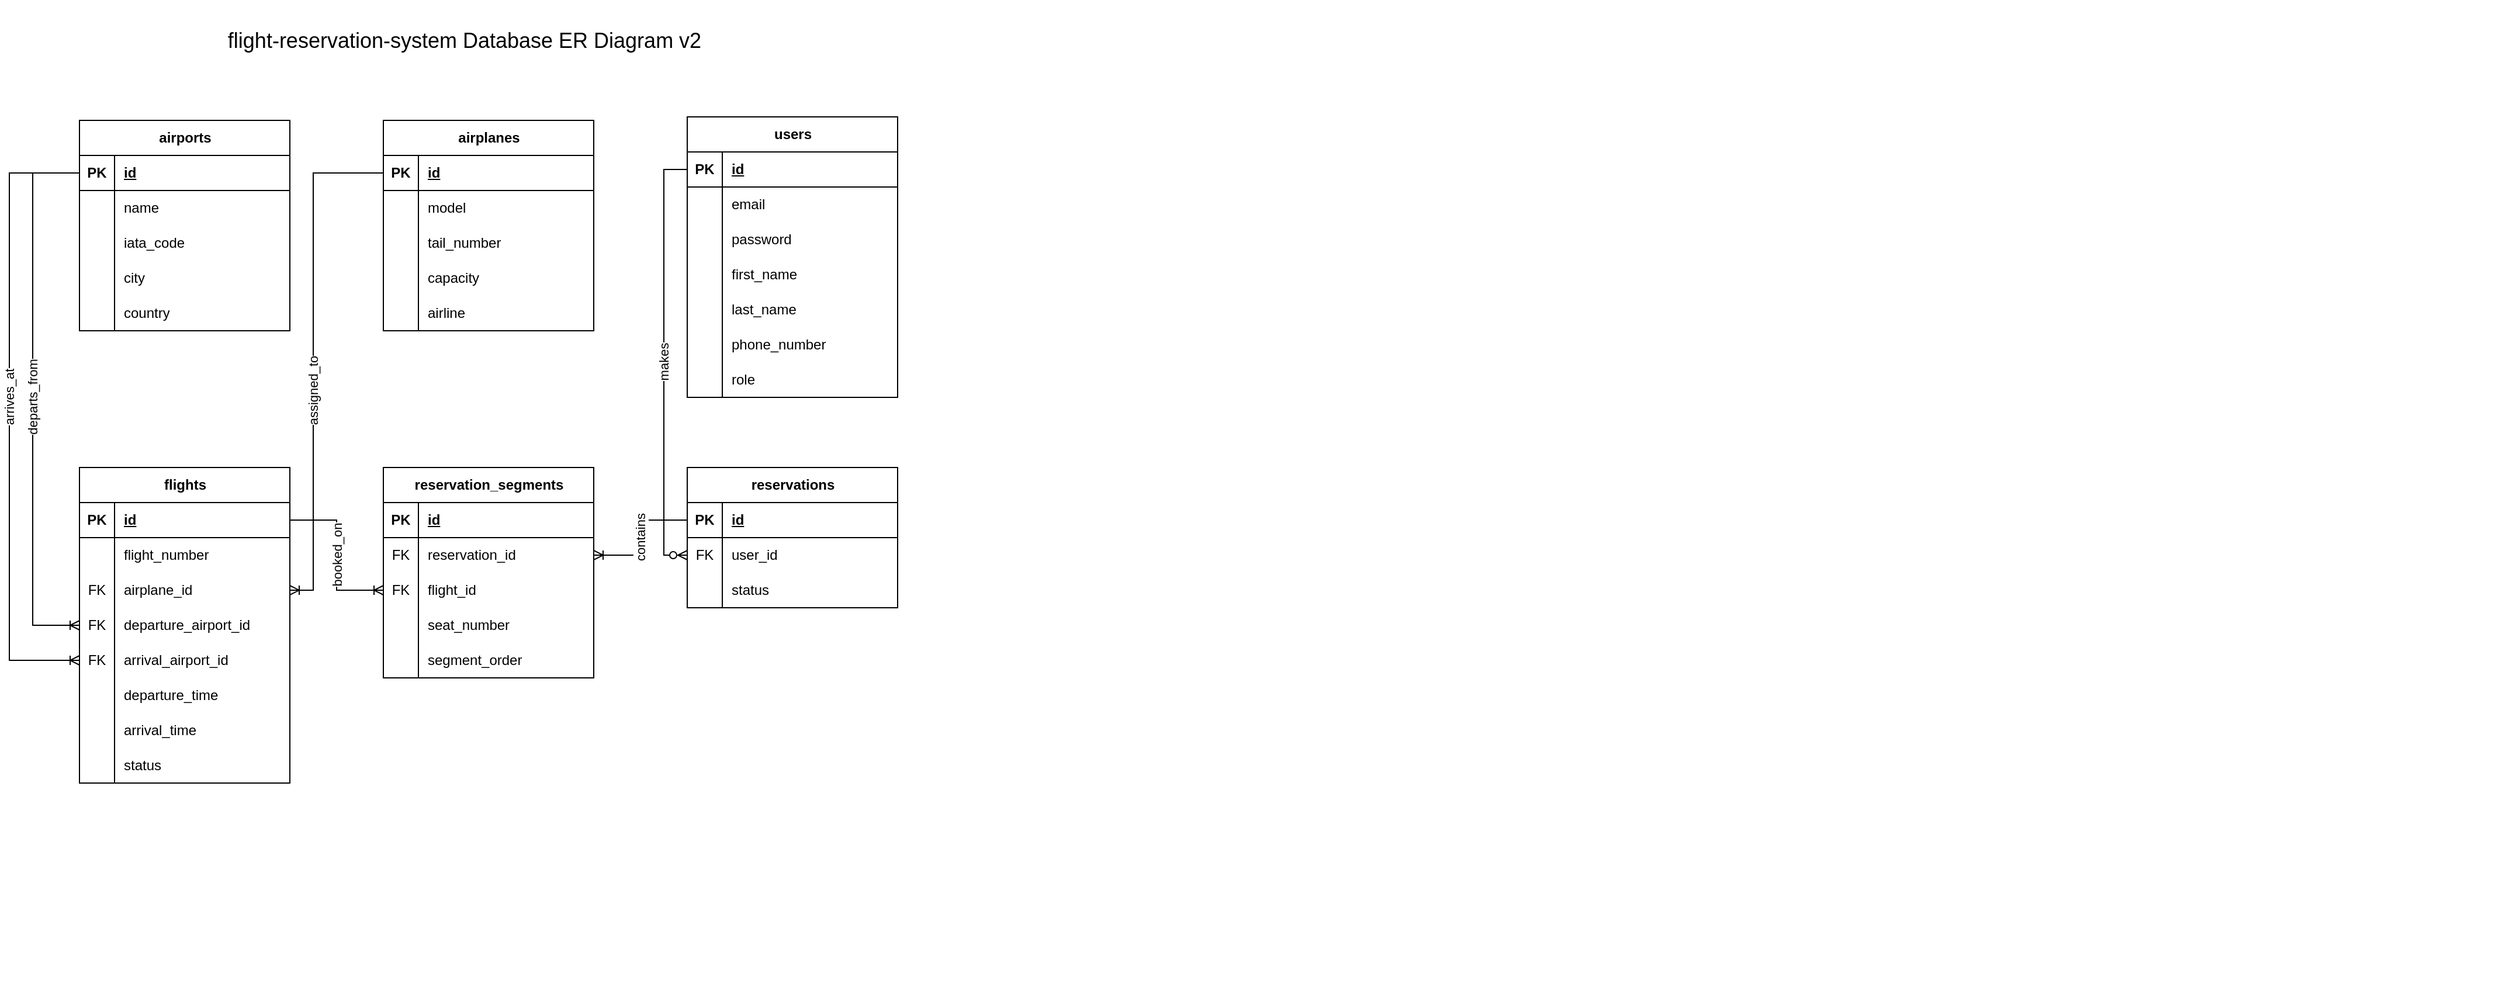
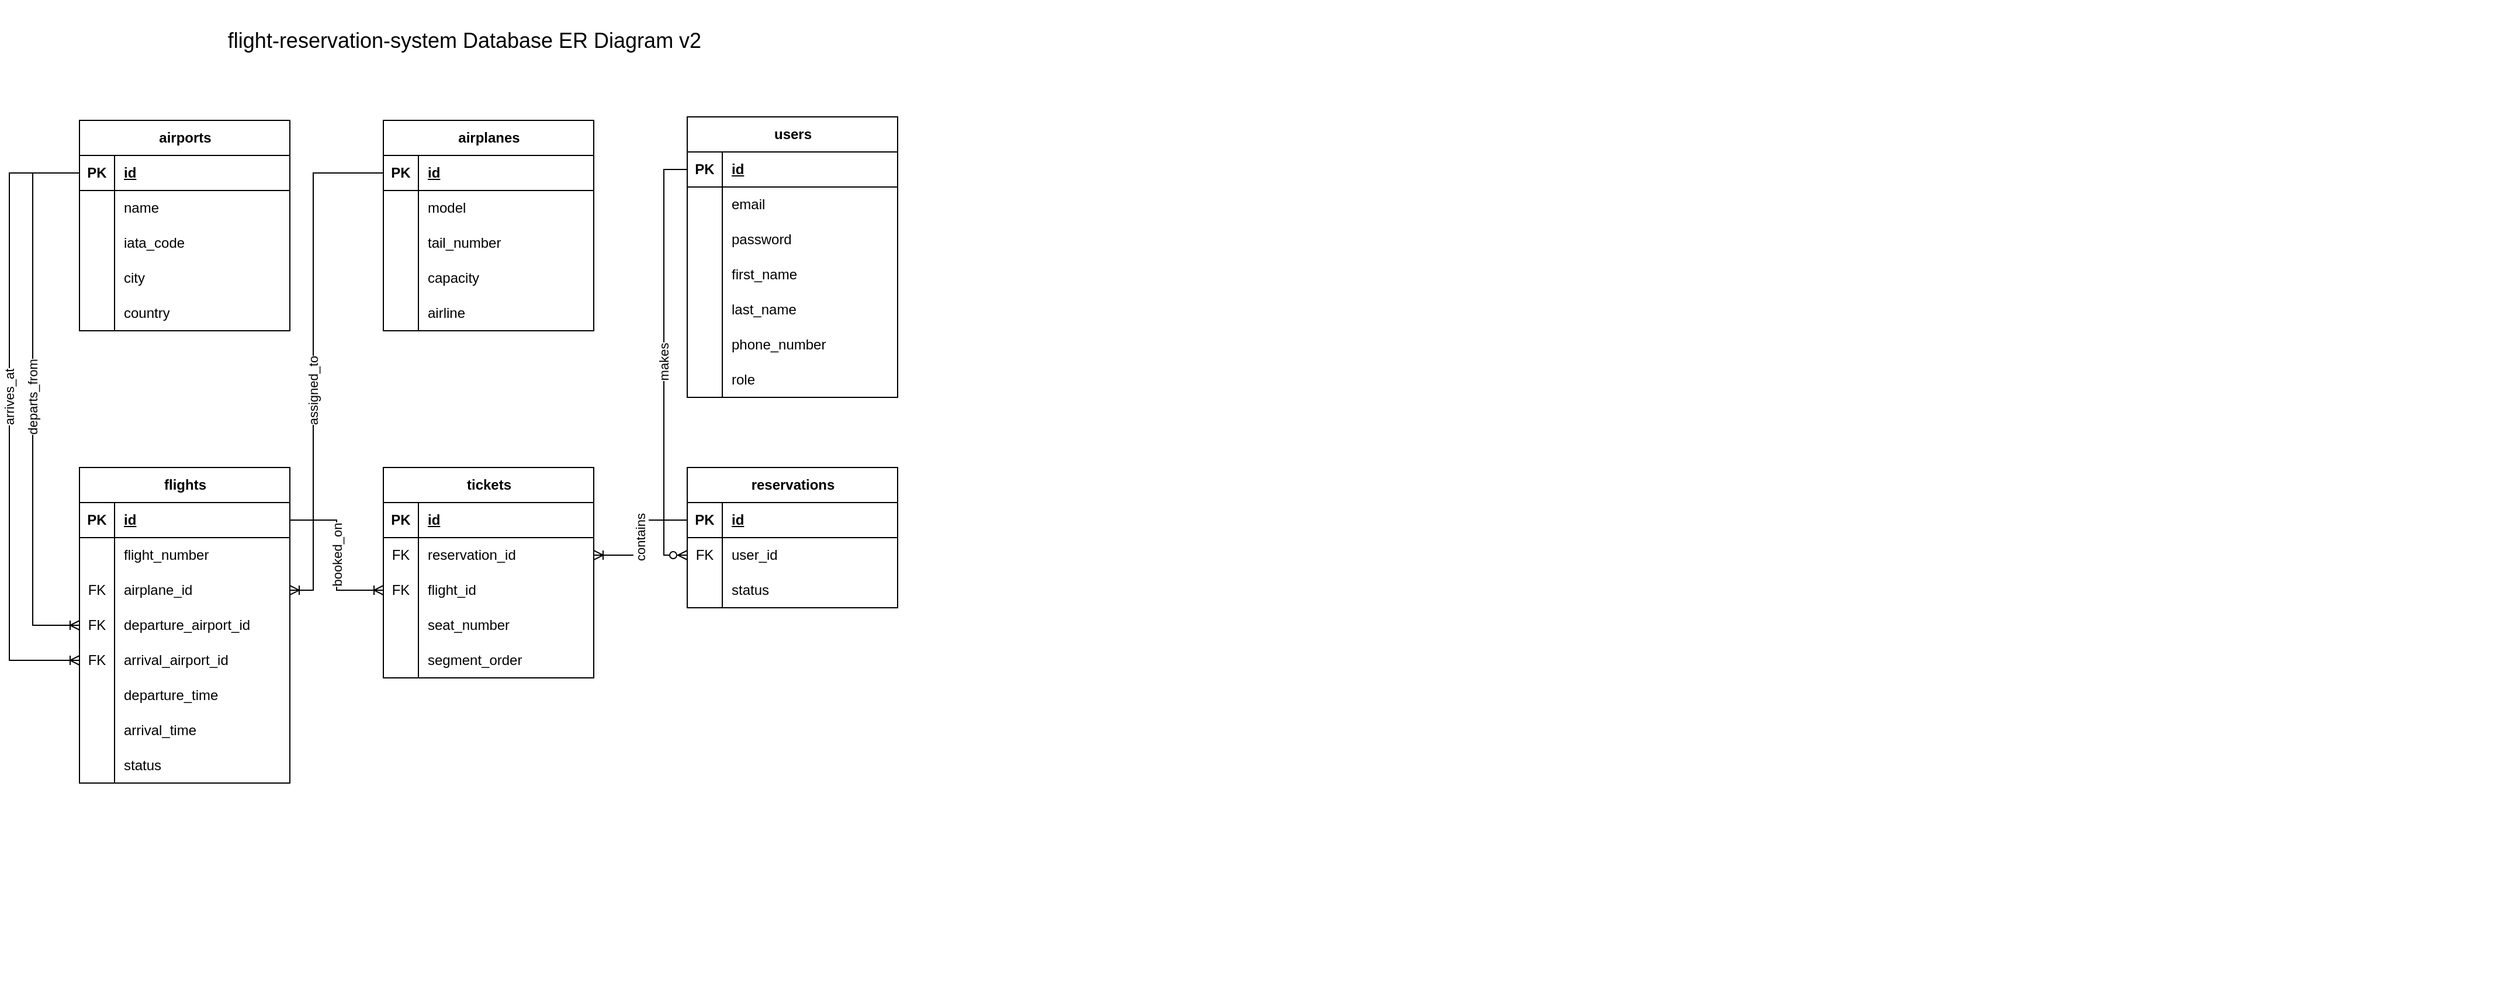
<mxfile host="Electron">
  <diagram name="Sayfa-1" id="UcyDFGtDWKFYoO40pMYU">
-     <mxGraphModel dx="2798" dy="704" grid="1" gridSize="10" guides="1" tooltips="1" connect="1" arrows="1" fold="1" page="1" pageScale="1" pageWidth="827" pageHeight="1169" math="0" shadow="0">
+     <mxGraphModel dx="2898" dy="704" grid="1" gridSize="10" guides="1" tooltips="1" connect="1" arrows="1" fold="1" page="1" pageScale="1" pageWidth="827" pageHeight="1169" math="0" shadow="0">
      <root>
        <mxCell id="0" />
        <mxCell id="1" parent="0" />
        <UserObject label="" mermaidData="{&#xa;  &quot;data&quot;: &quot;erDiagram\n    AIRPORTS {\n        bigserial id PK\n        varchar_255 name \&quot;NOT NULL\&quot;\n        varchar_3 iata_code \&quot;NOT NULL, UNIQUE\&quot;\n        varchar_100 city \&quot;NOT NULL\&quot;\n        varchar_100 country \&quot;NOT NULL\&quot;\n    }\n\n    AIRPLANES {\n        bigserial id PK\n        varchar_100 model \&quot;NOT NULL\&quot;\n        varchar_20 tail_number \&quot;NOT NULL, UNIQUE\&quot;\n        integer capacity \&quot;NOT NULL, CHECK (capacity &gt; 0)\&quot;\n        varchar_100 airline \&quot;NOT NULL\&quot;\n    }\n\n    USERS {\n        bigserial id PK\n        varchar_100 email \&quot;NOT NULL, UNIQUE\&quot;\n        varchar_255 password \&quot;NOT NULL\&quot;\n        varchar_50 role \&quot;NOT NULL (ADMIN, PASSENGER)\&quot;\n        varchar_100 first_name \&quot;NOT NULL\&quot;\n        varchar_100 last_name \&quot;NOT NULL\&quot;\n    }\n\n    RESERVATIONS {\n        bigserial id PK\n        bigint passenger_id FK \&quot;Users(id) - NOT NULL\&quot;\n        bigint airplane_id FK \&quot;Airplanes(id) - NOT NULL\&quot;\n        bigint departure_airport_id FK \&quot;Airports(id) - NOT NULL\&quot;\n        bigint arrival_airport_id FK \&quot;Airports(id) - NOT NULL\&quot;\n        timestamp flight_date \&quot;NOT NULL\&quot;\n        varchar_10 seat_number \&quot;NOT NULL\&quot;\n        varchar_20 status \&quot;NOT NULL (PENDING, CONFIRMED, CANCELED)\&quot;\n    }\n\n    USERS ||--o{ RESERVATIONS : \&quot;makes\&quot;\n    AIRPLANES ||--o{ RESERVATIONS : \&quot;assigned_to\&quot;\n    AIRPORTS ||--o{ RESERVATIONS : \&quot;departs_from\&quot;\n    AIRPORTS ||--o{ RESERVATIONS : \&quot;arrives_at\&quot;&quot;,&#xa;  &quot;config&quot;: null&#xa;}" id="A60KOyUuAI4OGnVrEaiM-1">
          <mxCell connectable="0" parent="1" style="group;transparentBounds=1;editIcon=1;lockedGroup=0;groupPadding=20;" vertex="1">
            <mxGeometry height="843.5" width="500" as="geometry" />
          </mxCell>
        </UserObject>
        <mxCell id="A60KOyUuAI4OGnVrEaiM-132" parent="A60KOyUuAI4OGnVrEaiM-1" style="shape=table;startSize=30;container=1;collapsible=1;childLayout=tableLayout;fixedRows=1;rowLines=0;fontStyle=1;align=center;resizeLast=1;html=1;" value="users" vertex="1">
          <mxGeometry height="240" width="180" x="-1050" y="100" as="geometry" />
        </mxCell>
        <mxCell id="A60KOyUuAI4OGnVrEaiM-133" parent="A60KOyUuAI4OGnVrEaiM-132" style="shape=tableRow;horizontal=0;startSize=0;swimlaneHead=0;swimlaneBody=0;fillColor=none;collapsible=0;dropTarget=0;points=[[0,0.5],[1,0.5]];portConstraint=eastwest;top=0;left=0;right=0;bottom=1;" value="" vertex="1">
          <mxGeometry height="30" width="180" y="30" as="geometry" />
        </mxCell>
        <mxCell id="A60KOyUuAI4OGnVrEaiM-134" parent="A60KOyUuAI4OGnVrEaiM-133" style="shape=partialRectangle;connectable=0;fillColor=none;top=0;left=0;bottom=0;right=0;fontStyle=1;overflow=hidden;whiteSpace=wrap;html=1;" value="PK" vertex="1">
          <mxGeometry height="30" width="30" as="geometry">
            <mxRectangle height="30" width="30" as="alternateBounds" />
          </mxGeometry>
        </mxCell>
        <mxCell id="A60KOyUuAI4OGnVrEaiM-135" parent="A60KOyUuAI4OGnVrEaiM-133" style="shape=partialRectangle;connectable=0;fillColor=none;top=0;left=0;bottom=0;right=0;align=left;spacingLeft=6;fontStyle=5;overflow=hidden;whiteSpace=wrap;html=1;" value="id" vertex="1">
          <mxGeometry height="30" width="150" x="30" as="geometry">
            <mxRectangle height="30" width="150" as="alternateBounds" />
          </mxGeometry>
        </mxCell>
        <mxCell id="A60KOyUuAI4OGnVrEaiM-136" parent="A60KOyUuAI4OGnVrEaiM-132" style="shape=tableRow;horizontal=0;startSize=0;swimlaneHead=0;swimlaneBody=0;fillColor=none;collapsible=0;dropTarget=0;points=[[0,0.5],[1,0.5]];portConstraint=eastwest;top=0;left=0;right=0;bottom=0;" value="" vertex="1">
          <mxGeometry height="30" width="180" y="60" as="geometry" />
        </mxCell>
        <mxCell id="A60KOyUuAI4OGnVrEaiM-137" parent="A60KOyUuAI4OGnVrEaiM-136" style="shape=partialRectangle;connectable=0;fillColor=none;top=0;left=0;bottom=0;right=0;editable=1;overflow=hidden;whiteSpace=wrap;html=1;" value="" vertex="1">
          <mxGeometry height="30" width="30" as="geometry">
            <mxRectangle height="30" width="30" as="alternateBounds" />
          </mxGeometry>
        </mxCell>
        <mxCell id="A60KOyUuAI4OGnVrEaiM-138" parent="A60KOyUuAI4OGnVrEaiM-136" style="shape=partialRectangle;connectable=0;fillColor=none;top=0;left=0;bottom=0;right=0;align=left;spacingLeft=6;overflow=hidden;whiteSpace=wrap;html=1;" value="email" vertex="1">
          <mxGeometry height="30" width="150" x="30" as="geometry">
            <mxRectangle height="30" width="150" as="alternateBounds" />
          </mxGeometry>
        </mxCell>
        <mxCell id="A60KOyUuAI4OGnVrEaiM-139" parent="A60KOyUuAI4OGnVrEaiM-132" style="shape=tableRow;horizontal=0;startSize=0;swimlaneHead=0;swimlaneBody=0;fillColor=none;collapsible=0;dropTarget=0;points=[[0,0.5],[1,0.5]];portConstraint=eastwest;top=0;left=0;right=0;bottom=0;" value="" vertex="1">
          <mxGeometry height="30" width="180" y="90" as="geometry" />
        </mxCell>
        <mxCell id="A60KOyUuAI4OGnVrEaiM-140" parent="A60KOyUuAI4OGnVrEaiM-139" style="shape=partialRectangle;connectable=0;fillColor=none;top=0;left=0;bottom=0;right=0;editable=1;overflow=hidden;whiteSpace=wrap;html=1;" value="" vertex="1">
          <mxGeometry height="30" width="30" as="geometry">
            <mxRectangle height="30" width="30" as="alternateBounds" />
          </mxGeometry>
        </mxCell>
        <mxCell id="A60KOyUuAI4OGnVrEaiM-141" parent="A60KOyUuAI4OGnVrEaiM-139" style="shape=partialRectangle;connectable=0;fillColor=none;top=0;left=0;bottom=0;right=0;align=left;spacingLeft=6;overflow=hidden;whiteSpace=wrap;html=1;" value="password" vertex="1">
          <mxGeometry height="30" width="150" x="30" as="geometry">
            <mxRectangle height="30" width="150" as="alternateBounds" />
          </mxGeometry>
        </mxCell>
        <mxCell id="A60KOyUuAI4OGnVrEaiM-158" parent="A60KOyUuAI4OGnVrEaiM-132" style="shape=tableRow;horizontal=0;startSize=0;swimlaneHead=0;swimlaneBody=0;fillColor=none;collapsible=0;dropTarget=0;points=[[0,0.5],[1,0.5]];portConstraint=eastwest;top=0;left=0;right=0;bottom=0;" value="" vertex="1">
          <mxGeometry height="30" width="180" y="120" as="geometry" />
        </mxCell>
        <mxCell id="A60KOyUuAI4OGnVrEaiM-159" parent="A60KOyUuAI4OGnVrEaiM-158" style="shape=partialRectangle;connectable=0;fillColor=none;top=0;left=0;bottom=0;right=0;editable=1;overflow=hidden;whiteSpace=wrap;html=1;" value="" vertex="1">
          <mxGeometry height="30" width="30" as="geometry">
            <mxRectangle height="30" width="30" as="alternateBounds" />
          </mxGeometry>
        </mxCell>
        <mxCell id="A60KOyUuAI4OGnVrEaiM-160" parent="A60KOyUuAI4OGnVrEaiM-158" style="shape=partialRectangle;connectable=0;fillColor=none;top=0;left=0;bottom=0;right=0;align=left;spacingLeft=6;overflow=hidden;whiteSpace=wrap;html=1;" value="first_name" vertex="1">
          <mxGeometry height="30" width="150" x="30" as="geometry">
            <mxRectangle height="30" width="150" as="alternateBounds" />
          </mxGeometry>
        </mxCell>
        <mxCell id="A60KOyUuAI4OGnVrEaiM-161" parent="A60KOyUuAI4OGnVrEaiM-132" style="shape=tableRow;horizontal=0;startSize=0;swimlaneHead=0;swimlaneBody=0;fillColor=none;collapsible=0;dropTarget=0;points=[[0,0.5],[1,0.5]];portConstraint=eastwest;top=0;left=0;right=0;bottom=0;" value="" vertex="1">
          <mxGeometry height="30" width="180" y="150" as="geometry" />
        </mxCell>
        <mxCell id="A60KOyUuAI4OGnVrEaiM-162" parent="A60KOyUuAI4OGnVrEaiM-161" style="shape=partialRectangle;connectable=0;fillColor=none;top=0;left=0;bottom=0;right=0;editable=1;overflow=hidden;whiteSpace=wrap;html=1;" value="" vertex="1">
          <mxGeometry height="30" width="30" as="geometry">
            <mxRectangle height="30" width="30" as="alternateBounds" />
          </mxGeometry>
        </mxCell>
        <mxCell id="A60KOyUuAI4OGnVrEaiM-163" parent="A60KOyUuAI4OGnVrEaiM-161" style="shape=partialRectangle;connectable=0;fillColor=none;top=0;left=0;bottom=0;right=0;align=left;spacingLeft=6;overflow=hidden;whiteSpace=wrap;html=1;" value="last_name" vertex="1">
          <mxGeometry height="30" width="150" x="30" as="geometry">
            <mxRectangle height="30" width="150" as="alternateBounds" />
          </mxGeometry>
        </mxCell>
        <mxCell id="A60KOyUuAI4OGnVrEaiM-164" parent="A60KOyUuAI4OGnVrEaiM-132" style="shape=tableRow;horizontal=0;startSize=0;swimlaneHead=0;swimlaneBody=0;fillColor=none;collapsible=0;dropTarget=0;points=[[0,0.5],[1,0.5]];portConstraint=eastwest;top=0;left=0;right=0;bottom=0;" value="" vertex="1">
          <mxGeometry height="30" width="180" y="180" as="geometry" />
        </mxCell>
        <mxCell id="A60KOyUuAI4OGnVrEaiM-165" parent="A60KOyUuAI4OGnVrEaiM-164" style="shape=partialRectangle;connectable=0;fillColor=none;top=0;left=0;bottom=0;right=0;editable=1;overflow=hidden;whiteSpace=wrap;html=1;" value="" vertex="1">
          <mxGeometry height="30" width="30" as="geometry">
            <mxRectangle height="30" width="30" as="alternateBounds" />
          </mxGeometry>
        </mxCell>
        <mxCell id="A60KOyUuAI4OGnVrEaiM-166" parent="A60KOyUuAI4OGnVrEaiM-164" style="shape=partialRectangle;connectable=0;fillColor=none;top=0;left=0;bottom=0;right=0;align=left;spacingLeft=6;overflow=hidden;whiteSpace=wrap;html=1;" value="phone_number" vertex="1">
          <mxGeometry height="30" width="150" x="30" as="geometry">
            <mxRectangle height="30" width="150" as="alternateBounds" />
          </mxGeometry>
        </mxCell>
        <mxCell id="A60KOyUuAI4OGnVrEaiM-142" parent="A60KOyUuAI4OGnVrEaiM-132" style="shape=tableRow;horizontal=0;startSize=0;swimlaneHead=0;swimlaneBody=0;fillColor=none;collapsible=0;dropTarget=0;points=[[0,0.5],[1,0.5]];portConstraint=eastwest;top=0;left=0;right=0;bottom=0;" value="" vertex="1">
          <mxGeometry height="30" width="180" y="210" as="geometry" />
        </mxCell>
        <mxCell id="A60KOyUuAI4OGnVrEaiM-143" parent="A60KOyUuAI4OGnVrEaiM-142" style="shape=partialRectangle;connectable=0;fillColor=none;top=0;left=0;bottom=0;right=0;editable=1;overflow=hidden;whiteSpace=wrap;html=1;" value="" vertex="1">
          <mxGeometry height="30" width="30" as="geometry">
            <mxRectangle height="30" width="30" as="alternateBounds" />
          </mxGeometry>
        </mxCell>
        <mxCell id="A60KOyUuAI4OGnVrEaiM-144" parent="A60KOyUuAI4OGnVrEaiM-142" style="shape=partialRectangle;connectable=0;fillColor=none;top=0;left=0;bottom=0;right=0;align=left;spacingLeft=6;overflow=hidden;whiteSpace=wrap;html=1;" value="role" vertex="1">
          <mxGeometry height="30" width="150" x="30" as="geometry">
            <mxRectangle height="30" width="150" as="alternateBounds" />
          </mxGeometry>
        </mxCell>
        <mxCell id="A60KOyUuAI4OGnVrEaiM-167" parent="A60KOyUuAI4OGnVrEaiM-1" style="shape=table;startSize=30;container=1;collapsible=1;childLayout=tableLayout;fixedRows=1;rowLines=0;fontStyle=1;align=center;resizeLast=1;html=1;" value="reservations" vertex="1">
          <mxGeometry height="120" width="180" x="-1050" y="400" as="geometry" />
        </mxCell>
        <mxCell id="A60KOyUuAI4OGnVrEaiM-168" parent="A60KOyUuAI4OGnVrEaiM-167" style="shape=tableRow;horizontal=0;startSize=0;swimlaneHead=0;swimlaneBody=0;fillColor=none;collapsible=0;dropTarget=0;points=[[0,0.5],[1,0.5]];portConstraint=eastwest;top=0;left=0;right=0;bottom=1;" value="" vertex="1">
          <mxGeometry height="30" width="180" y="30" as="geometry" />
        </mxCell>
        <mxCell id="A60KOyUuAI4OGnVrEaiM-169" parent="A60KOyUuAI4OGnVrEaiM-168" style="shape=partialRectangle;connectable=0;fillColor=none;top=0;left=0;bottom=0;right=0;fontStyle=1;overflow=hidden;whiteSpace=wrap;html=1;" value="PK" vertex="1">
          <mxGeometry height="30" width="30" as="geometry">
            <mxRectangle height="30" width="30" as="alternateBounds" />
          </mxGeometry>
        </mxCell>
        <mxCell id="A60KOyUuAI4OGnVrEaiM-170" parent="A60KOyUuAI4OGnVrEaiM-168" style="shape=partialRectangle;connectable=0;fillColor=none;top=0;left=0;bottom=0;right=0;align=left;spacingLeft=6;fontStyle=5;overflow=hidden;whiteSpace=wrap;html=1;" value="id" vertex="1">
          <mxGeometry height="30" width="150" x="30" as="geometry">
            <mxRectangle height="30" width="150" as="alternateBounds" />
          </mxGeometry>
        </mxCell>
        <mxCell id="A60KOyUuAI4OGnVrEaiM-171" parent="A60KOyUuAI4OGnVrEaiM-167" style="shape=tableRow;horizontal=0;startSize=0;swimlaneHead=0;swimlaneBody=0;fillColor=none;collapsible=0;dropTarget=0;points=[[0,0.5],[1,0.5]];portConstraint=eastwest;top=0;left=0;right=0;bottom=0;" value="" vertex="1">
          <mxGeometry height="30" width="180" y="60" as="geometry" />
        </mxCell>
        <mxCell id="A60KOyUuAI4OGnVrEaiM-172" parent="A60KOyUuAI4OGnVrEaiM-171" style="shape=partialRectangle;connectable=0;fillColor=none;top=0;left=0;bottom=0;right=0;editable=1;overflow=hidden;whiteSpace=wrap;html=1;" value="FK" vertex="1">
          <mxGeometry height="30" width="30" as="geometry">
            <mxRectangle height="30" width="30" as="alternateBounds" />
          </mxGeometry>
        </mxCell>
        <mxCell id="A60KOyUuAI4OGnVrEaiM-173" parent="A60KOyUuAI4OGnVrEaiM-171" style="shape=partialRectangle;connectable=0;fillColor=none;top=0;left=0;bottom=0;right=0;align=left;spacingLeft=6;overflow=hidden;whiteSpace=wrap;html=1;" value="user_id" vertex="1">
          <mxGeometry height="30" width="150" x="30" as="geometry">
            <mxRectangle height="30" width="150" as="alternateBounds" />
          </mxGeometry>
        </mxCell>
        <mxCell id="A60KOyUuAI4OGnVrEaiM-180" parent="A60KOyUuAI4OGnVrEaiM-167" style="shape=tableRow;horizontal=0;startSize=0;swimlaneHead=0;swimlaneBody=0;fillColor=none;collapsible=0;dropTarget=0;points=[[0,0.5],[1,0.5]];portConstraint=eastwest;top=0;left=0;right=0;bottom=0;" value="" vertex="1">
          <mxGeometry height="30" width="180" y="90" as="geometry" />
        </mxCell>
        <mxCell id="A60KOyUuAI4OGnVrEaiM-181" parent="A60KOyUuAI4OGnVrEaiM-180" style="shape=partialRectangle;connectable=0;fillColor=none;top=0;left=0;bottom=0;right=0;editable=1;overflow=hidden;whiteSpace=wrap;html=1;" value="" vertex="1">
          <mxGeometry height="30" width="30" as="geometry">
            <mxRectangle height="30" width="30" as="alternateBounds" />
          </mxGeometry>
        </mxCell>
        <mxCell id="A60KOyUuAI4OGnVrEaiM-182" parent="A60KOyUuAI4OGnVrEaiM-180" style="shape=partialRectangle;connectable=0;fillColor=none;top=0;left=0;bottom=0;right=0;align=left;spacingLeft=6;overflow=hidden;whiteSpace=wrap;html=1;" value="status" vertex="1">
          <mxGeometry height="30" width="150" x="30" as="geometry">
            <mxRectangle height="30" width="150" as="alternateBounds" />
          </mxGeometry>
        </mxCell>
        <mxCell id="A60KOyUuAI4OGnVrEaiM-189" parent="A60KOyUuAI4OGnVrEaiM-1" style="shape=table;startSize=30;container=1;collapsible=1;childLayout=tableLayout;fixedRows=1;rowLines=0;fontStyle=1;align=center;resizeLast=1;html=1;" value="airplanes" vertex="1">
          <mxGeometry height="180" width="180" x="-1310" y="103" as="geometry" />
        </mxCell>
        <mxCell id="A60KOyUuAI4OGnVrEaiM-190" parent="A60KOyUuAI4OGnVrEaiM-189" style="shape=tableRow;horizontal=0;startSize=0;swimlaneHead=0;swimlaneBody=0;fillColor=none;collapsible=0;dropTarget=0;points=[[0,0.5],[1,0.5]];portConstraint=eastwest;top=0;left=0;right=0;bottom=1;" value="" vertex="1">
          <mxGeometry height="30" width="180" y="30" as="geometry" />
        </mxCell>
        <mxCell id="A60KOyUuAI4OGnVrEaiM-191" parent="A60KOyUuAI4OGnVrEaiM-190" style="shape=partialRectangle;connectable=0;fillColor=none;top=0;left=0;bottom=0;right=0;fontStyle=1;overflow=hidden;whiteSpace=wrap;html=1;" value="PK" vertex="1">
          <mxGeometry height="30" width="30" as="geometry">
            <mxRectangle height="30" width="30" as="alternateBounds" />
          </mxGeometry>
        </mxCell>
        <mxCell id="A60KOyUuAI4OGnVrEaiM-192" parent="A60KOyUuAI4OGnVrEaiM-190" style="shape=partialRectangle;connectable=0;fillColor=none;top=0;left=0;bottom=0;right=0;align=left;spacingLeft=6;fontStyle=5;overflow=hidden;whiteSpace=wrap;html=1;" value="id" vertex="1">
          <mxGeometry height="30" width="150" x="30" as="geometry">
            <mxRectangle height="30" width="150" as="alternateBounds" />
          </mxGeometry>
        </mxCell>
        <mxCell id="A60KOyUuAI4OGnVrEaiM-193" parent="A60KOyUuAI4OGnVrEaiM-189" style="shape=tableRow;horizontal=0;startSize=0;swimlaneHead=0;swimlaneBody=0;fillColor=none;collapsible=0;dropTarget=0;points=[[0,0.5],[1,0.5]];portConstraint=eastwest;top=0;left=0;right=0;bottom=0;" value="" vertex="1">
          <mxGeometry height="30" width="180" y="60" as="geometry" />
        </mxCell>
        <mxCell id="A60KOyUuAI4OGnVrEaiM-194" parent="A60KOyUuAI4OGnVrEaiM-193" style="shape=partialRectangle;connectable=0;fillColor=none;top=0;left=0;bottom=0;right=0;editable=1;overflow=hidden;whiteSpace=wrap;html=1;" value="" vertex="1">
          <mxGeometry height="30" width="30" as="geometry">
            <mxRectangle height="30" width="30" as="alternateBounds" />
          </mxGeometry>
        </mxCell>
        <mxCell id="A60KOyUuAI4OGnVrEaiM-195" parent="A60KOyUuAI4OGnVrEaiM-193" style="shape=partialRectangle;connectable=0;fillColor=none;top=0;left=0;bottom=0;right=0;align=left;spacingLeft=6;overflow=hidden;whiteSpace=wrap;html=1;" value="model" vertex="1">
          <mxGeometry height="30" width="150" x="30" as="geometry">
            <mxRectangle height="30" width="150" as="alternateBounds" />
          </mxGeometry>
        </mxCell>
        <mxCell id="A60KOyUuAI4OGnVrEaiM-196" parent="A60KOyUuAI4OGnVrEaiM-189" style="shape=tableRow;horizontal=0;startSize=0;swimlaneHead=0;swimlaneBody=0;fillColor=none;collapsible=0;dropTarget=0;points=[[0,0.5],[1,0.5]];portConstraint=eastwest;top=0;left=0;right=0;bottom=0;" value="" vertex="1">
          <mxGeometry height="30" width="180" y="90" as="geometry" />
        </mxCell>
        <mxCell id="A60KOyUuAI4OGnVrEaiM-197" parent="A60KOyUuAI4OGnVrEaiM-196" style="shape=partialRectangle;connectable=0;fillColor=none;top=0;left=0;bottom=0;right=0;editable=1;overflow=hidden;whiteSpace=wrap;html=1;" value="" vertex="1">
          <mxGeometry height="30" width="30" as="geometry">
            <mxRectangle height="30" width="30" as="alternateBounds" />
          </mxGeometry>
        </mxCell>
        <mxCell id="A60KOyUuAI4OGnVrEaiM-198" parent="A60KOyUuAI4OGnVrEaiM-196" style="shape=partialRectangle;connectable=0;fillColor=none;top=0;left=0;bottom=0;right=0;align=left;spacingLeft=6;overflow=hidden;whiteSpace=wrap;html=1;" value="tail_number" vertex="1">
          <mxGeometry height="30" width="150" x="30" as="geometry">
            <mxRectangle height="30" width="150" as="alternateBounds" />
          </mxGeometry>
        </mxCell>
        <mxCell id="A60KOyUuAI4OGnVrEaiM-199" parent="A60KOyUuAI4OGnVrEaiM-189" style="shape=tableRow;horizontal=0;startSize=0;swimlaneHead=0;swimlaneBody=0;fillColor=none;collapsible=0;dropTarget=0;points=[[0,0.5],[1,0.5]];portConstraint=eastwest;top=0;left=0;right=0;bottom=0;" value="" vertex="1">
          <mxGeometry height="30" width="180" y="120" as="geometry" />
        </mxCell>
        <mxCell id="A60KOyUuAI4OGnVrEaiM-200" parent="A60KOyUuAI4OGnVrEaiM-199" style="shape=partialRectangle;connectable=0;fillColor=none;top=0;left=0;bottom=0;right=0;editable=1;overflow=hidden;whiteSpace=wrap;html=1;" value="" vertex="1">
          <mxGeometry height="30" width="30" as="geometry">
            <mxRectangle height="30" width="30" as="alternateBounds" />
          </mxGeometry>
        </mxCell>
        <mxCell id="A60KOyUuAI4OGnVrEaiM-201" parent="A60KOyUuAI4OGnVrEaiM-199" style="shape=partialRectangle;connectable=0;fillColor=none;top=0;left=0;bottom=0;right=0;align=left;spacingLeft=6;overflow=hidden;whiteSpace=wrap;html=1;" value="capacity" vertex="1">
          <mxGeometry height="30" width="150" x="30" as="geometry">
            <mxRectangle height="30" width="150" as="alternateBounds" />
          </mxGeometry>
        </mxCell>
        <mxCell id="A60KOyUuAI4OGnVrEaiM-202" parent="A60KOyUuAI4OGnVrEaiM-189" style="shape=tableRow;horizontal=0;startSize=0;swimlaneHead=0;swimlaneBody=0;fillColor=none;collapsible=0;dropTarget=0;points=[[0,0.5],[1,0.5]];portConstraint=eastwest;top=0;left=0;right=0;bottom=0;" value="" vertex="1">
          <mxGeometry height="30" width="180" y="150" as="geometry" />
        </mxCell>
        <mxCell id="A60KOyUuAI4OGnVrEaiM-203" parent="A60KOyUuAI4OGnVrEaiM-202" style="shape=partialRectangle;connectable=0;fillColor=none;top=0;left=0;bottom=0;right=0;editable=1;overflow=hidden;whiteSpace=wrap;html=1;" value="" vertex="1">
          <mxGeometry height="30" width="30" as="geometry">
            <mxRectangle height="30" width="30" as="alternateBounds" />
          </mxGeometry>
        </mxCell>
        <mxCell id="A60KOyUuAI4OGnVrEaiM-204" parent="A60KOyUuAI4OGnVrEaiM-202" style="shape=partialRectangle;connectable=0;fillColor=none;top=0;left=0;bottom=0;right=0;align=left;spacingLeft=6;overflow=hidden;whiteSpace=wrap;html=1;" value="airline" vertex="1">
          <mxGeometry height="30" width="150" x="30" as="geometry">
            <mxRectangle height="30" width="150" as="alternateBounds" />
          </mxGeometry>
        </mxCell>
        <mxCell id="A60KOyUuAI4OGnVrEaiM-205" parent="A60KOyUuAI4OGnVrEaiM-1" style="shape=table;startSize=30;container=1;collapsible=1;childLayout=tableLayout;fixedRows=1;rowLines=0;fontStyle=1;align=center;resizeLast=1;html=1;" value="airports" vertex="1">
          <mxGeometry height="180" width="180" x="-1570" y="103" as="geometry" />
        </mxCell>
        <mxCell id="A60KOyUuAI4OGnVrEaiM-206" parent="A60KOyUuAI4OGnVrEaiM-205" style="shape=tableRow;horizontal=0;startSize=0;swimlaneHead=0;swimlaneBody=0;fillColor=none;collapsible=0;dropTarget=0;points=[[0,0.5],[1,0.5]];portConstraint=eastwest;top=0;left=0;right=0;bottom=1;" value="" vertex="1">
          <mxGeometry height="30" width="180" y="30" as="geometry" />
        </mxCell>
        <mxCell id="A60KOyUuAI4OGnVrEaiM-207" parent="A60KOyUuAI4OGnVrEaiM-206" style="shape=partialRectangle;connectable=0;fillColor=none;top=0;left=0;bottom=0;right=0;fontStyle=1;overflow=hidden;whiteSpace=wrap;html=1;" value="PK" vertex="1">
          <mxGeometry height="30" width="30" as="geometry">
            <mxRectangle height="30" width="30" as="alternateBounds" />
          </mxGeometry>
        </mxCell>
        <mxCell id="A60KOyUuAI4OGnVrEaiM-208" parent="A60KOyUuAI4OGnVrEaiM-206" style="shape=partialRectangle;connectable=0;fillColor=none;top=0;left=0;bottom=0;right=0;align=left;spacingLeft=6;fontStyle=5;overflow=hidden;whiteSpace=wrap;html=1;" value="id" vertex="1">
          <mxGeometry height="30" width="150" x="30" as="geometry">
            <mxRectangle height="30" width="150" as="alternateBounds" />
          </mxGeometry>
        </mxCell>
        <mxCell id="A60KOyUuAI4OGnVrEaiM-209" parent="A60KOyUuAI4OGnVrEaiM-205" style="shape=tableRow;horizontal=0;startSize=0;swimlaneHead=0;swimlaneBody=0;fillColor=none;collapsible=0;dropTarget=0;points=[[0,0.5],[1,0.5]];portConstraint=eastwest;top=0;left=0;right=0;bottom=0;" value="" vertex="1">
          <mxGeometry height="30" width="180" y="60" as="geometry" />
        </mxCell>
        <mxCell id="A60KOyUuAI4OGnVrEaiM-210" parent="A60KOyUuAI4OGnVrEaiM-209" style="shape=partialRectangle;connectable=0;fillColor=none;top=0;left=0;bottom=0;right=0;editable=1;overflow=hidden;whiteSpace=wrap;html=1;" value="" vertex="1">
          <mxGeometry height="30" width="30" as="geometry">
            <mxRectangle height="30" width="30" as="alternateBounds" />
          </mxGeometry>
        </mxCell>
        <mxCell id="A60KOyUuAI4OGnVrEaiM-211" parent="A60KOyUuAI4OGnVrEaiM-209" style="shape=partialRectangle;connectable=0;fillColor=none;top=0;left=0;bottom=0;right=0;align=left;spacingLeft=6;overflow=hidden;whiteSpace=wrap;html=1;" value="name" vertex="1">
          <mxGeometry height="30" width="150" x="30" as="geometry">
            <mxRectangle height="30" width="150" as="alternateBounds" />
          </mxGeometry>
        </mxCell>
        <mxCell id="A60KOyUuAI4OGnVrEaiM-212" parent="A60KOyUuAI4OGnVrEaiM-205" style="shape=tableRow;horizontal=0;startSize=0;swimlaneHead=0;swimlaneBody=0;fillColor=none;collapsible=0;dropTarget=0;points=[[0,0.5],[1,0.5]];portConstraint=eastwest;top=0;left=0;right=0;bottom=0;" value="" vertex="1">
          <mxGeometry height="30" width="180" y="90" as="geometry" />
        </mxCell>
        <mxCell id="A60KOyUuAI4OGnVrEaiM-213" parent="A60KOyUuAI4OGnVrEaiM-212" style="shape=partialRectangle;connectable=0;fillColor=none;top=0;left=0;bottom=0;right=0;editable=1;overflow=hidden;whiteSpace=wrap;html=1;" value="" vertex="1">
          <mxGeometry height="30" width="30" as="geometry">
            <mxRectangle height="30" width="30" as="alternateBounds" />
          </mxGeometry>
        </mxCell>
        <mxCell id="A60KOyUuAI4OGnVrEaiM-214" parent="A60KOyUuAI4OGnVrEaiM-212" style="shape=partialRectangle;connectable=0;fillColor=none;top=0;left=0;bottom=0;right=0;align=left;spacingLeft=6;overflow=hidden;whiteSpace=wrap;html=1;" value="iata_code" vertex="1">
          <mxGeometry height="30" width="150" x="30" as="geometry">
            <mxRectangle height="30" width="150" as="alternateBounds" />
          </mxGeometry>
        </mxCell>
        <mxCell id="A60KOyUuAI4OGnVrEaiM-215" parent="A60KOyUuAI4OGnVrEaiM-205" style="shape=tableRow;horizontal=0;startSize=0;swimlaneHead=0;swimlaneBody=0;fillColor=none;collapsible=0;dropTarget=0;points=[[0,0.5],[1,0.5]];portConstraint=eastwest;top=0;left=0;right=0;bottom=0;" value="" vertex="1">
          <mxGeometry height="30" width="180" y="120" as="geometry" />
        </mxCell>
        <mxCell id="A60KOyUuAI4OGnVrEaiM-216" parent="A60KOyUuAI4OGnVrEaiM-215" style="shape=partialRectangle;connectable=0;fillColor=none;top=0;left=0;bottom=0;right=0;editable=1;overflow=hidden;whiteSpace=wrap;html=1;" value="" vertex="1">
          <mxGeometry height="30" width="30" as="geometry">
            <mxRectangle height="30" width="30" as="alternateBounds" />
          </mxGeometry>
        </mxCell>
        <mxCell id="A60KOyUuAI4OGnVrEaiM-217" parent="A60KOyUuAI4OGnVrEaiM-215" style="shape=partialRectangle;connectable=0;fillColor=none;top=0;left=0;bottom=0;right=0;align=left;spacingLeft=6;overflow=hidden;whiteSpace=wrap;html=1;" value="city" vertex="1">
          <mxGeometry height="30" width="150" x="30" as="geometry">
            <mxRectangle height="30" width="150" as="alternateBounds" />
          </mxGeometry>
        </mxCell>
        <mxCell id="A60KOyUuAI4OGnVrEaiM-218" parent="A60KOyUuAI4OGnVrEaiM-205" style="shape=tableRow;horizontal=0;startSize=0;swimlaneHead=0;swimlaneBody=0;fillColor=none;collapsible=0;dropTarget=0;points=[[0,0.5],[1,0.5]];portConstraint=eastwest;top=0;left=0;right=0;bottom=0;" value="" vertex="1">
          <mxGeometry height="30" width="180" y="150" as="geometry" />
        </mxCell>
        <mxCell id="A60KOyUuAI4OGnVrEaiM-219" parent="A60KOyUuAI4OGnVrEaiM-218" style="shape=partialRectangle;connectable=0;fillColor=none;top=0;left=0;bottom=0;right=0;editable=1;overflow=hidden;whiteSpace=wrap;html=1;" value="" vertex="1">
          <mxGeometry height="30" width="30" as="geometry">
            <mxRectangle height="30" width="30" as="alternateBounds" />
          </mxGeometry>
        </mxCell>
        <mxCell id="A60KOyUuAI4OGnVrEaiM-220" parent="A60KOyUuAI4OGnVrEaiM-218" style="shape=partialRectangle;connectable=0;fillColor=none;top=0;left=0;bottom=0;right=0;align=left;spacingLeft=6;overflow=hidden;whiteSpace=wrap;html=1;" value="country" vertex="1">
          <mxGeometry height="30" width="150" x="30" as="geometry">
            <mxRectangle height="30" width="150" as="alternateBounds" />
          </mxGeometry>
        </mxCell>
        <mxCell id="A60KOyUuAI4OGnVrEaiM-270" edge="1" parent="A60KOyUuAI4OGnVrEaiM-1" source="A60KOyUuAI4OGnVrEaiM-190" style="edgeStyle=orthogonalEdgeStyle;rounded=0;orthogonalLoop=1;jettySize=auto;html=1;exitX=0;exitY=0.5;exitDx=0;exitDy=0;endArrow=ERoneToMany;endFill=0;entryX=1;entryY=0.5;entryDx=0;entryDy=0;" target="i_1HDOGv9c4ZvqwnbZph-8">
          <mxGeometry relative="1" as="geometry">
            <Array as="points">
              <mxPoint x="-1370" y="148" />
              <mxPoint x="-1370" y="505" />
            </Array>
            <mxPoint x="-1330" y="526" as="targetPoint" />
          </mxGeometry>
        </mxCell>
        <mxCell id="A60KOyUuAI4OGnVrEaiM-273" connectable="0" parent="A60KOyUuAI4OGnVrEaiM-270" style="edgeLabel;html=1;align=center;verticalAlign=middle;resizable=0;points=[];rotation=-90;" value="assigned_to" vertex="1">
          <mxGeometry relative="1" x="0.1284" as="geometry">
            <mxPoint as="offset" />
          </mxGeometry>
        </mxCell>
        <mxCell id="A60KOyUuAI4OGnVrEaiM-274" edge="1" parent="A60KOyUuAI4OGnVrEaiM-1" source="A60KOyUuAI4OGnVrEaiM-133" style="edgeStyle=orthogonalEdgeStyle;rounded=0;orthogonalLoop=1;jettySize=auto;html=1;exitX=0;exitY=0.5;exitDx=0;exitDy=0;endArrow=ERzeroToMany;endFill=0;entryX=0;entryY=0.5;entryDx=0;entryDy=0;horizontal=0;" target="A60KOyUuAI4OGnVrEaiM-171" value="makes">
          <mxGeometry relative="1" as="geometry">
            <mxPoint x="-1110" y="500" as="targetPoint" />
          </mxGeometry>
        </mxCell>
        <mxCell id="A60KOyUuAI4OGnVrEaiM-275" edge="1" parent="A60KOyUuAI4OGnVrEaiM-1" source="A60KOyUuAI4OGnVrEaiM-206" style="edgeStyle=orthogonalEdgeStyle;rounded=0;orthogonalLoop=1;jettySize=auto;html=1;endArrow=ERoneToMany;endFill=0;entryX=0;entryY=0.5;entryDx=0;entryDy=0;horizontal=0;" target="i_1HDOGv9c4ZvqwnbZph-11" value="departs_from">
          <mxGeometry relative="1" x="-0.0064" as="geometry">
            <mxPoint as="offset" />
            <Array as="points">
              <mxPoint x="-1610" y="148" />
              <mxPoint x="-1610" y="535" />
            </Array>
            <mxPoint x="-1320" y="556" as="targetPoint" />
          </mxGeometry>
        </mxCell>
        <mxCell id="A60KOyUuAI4OGnVrEaiM-276" edge="1" parent="A60KOyUuAI4OGnVrEaiM-1" source="A60KOyUuAI4OGnVrEaiM-206" style="edgeStyle=orthogonalEdgeStyle;rounded=0;orthogonalLoop=1;jettySize=auto;html=1;exitX=0;exitY=0.5;exitDx=0;exitDy=0;endArrow=ERoneToMany;endFill=0;entryX=0;entryY=0.5;entryDx=0;entryDy=0;horizontal=0;" target="i_1HDOGv9c4ZvqwnbZph-14" value="arrives_at">
          <mxGeometry relative="1" x="-0.0615" as="geometry">
            <mxPoint as="offset" />
            <Array as="points">
              <mxPoint x="-1630" y="148" />
              <mxPoint x="-1630" y="565" />
            </Array>
            <mxPoint x="-1320" y="586" as="targetPoint" />
          </mxGeometry>
        </mxCell>
        <mxCell id="i_1HDOGv9c4ZvqwnbZph-1" parent="A60KOyUuAI4OGnVrEaiM-1" style="shape=table;startSize=30;container=1;collapsible=1;childLayout=tableLayout;fixedRows=1;rowLines=0;fontStyle=1;align=center;resizeLast=1;html=1;" value="flights" vertex="1">
          <mxGeometry height="270" width="180" x="-1570" y="400" as="geometry" />
        </mxCell>
        <mxCell id="i_1HDOGv9c4ZvqwnbZph-2" parent="i_1HDOGv9c4ZvqwnbZph-1" style="shape=tableRow;horizontal=0;startSize=0;swimlaneHead=0;swimlaneBody=0;fillColor=none;collapsible=0;dropTarget=0;points=[[0,0.5],[1,0.5]];portConstraint=eastwest;top=0;left=0;right=0;bottom=1;" value="" vertex="1">
          <mxGeometry height="30" width="180" y="30" as="geometry" />
        </mxCell>
        <mxCell id="i_1HDOGv9c4ZvqwnbZph-3" parent="i_1HDOGv9c4ZvqwnbZph-2" style="shape=partialRectangle;connectable=0;fillColor=none;top=0;left=0;bottom=0;right=0;fontStyle=1;overflow=hidden;whiteSpace=wrap;html=1;" value="PK" vertex="1">
          <mxGeometry height="30" width="30" as="geometry">
            <mxRectangle height="30" width="30" as="alternateBounds" />
          </mxGeometry>
        </mxCell>
        <mxCell id="i_1HDOGv9c4ZvqwnbZph-4" parent="i_1HDOGv9c4ZvqwnbZph-2" style="shape=partialRectangle;connectable=0;fillColor=none;top=0;left=0;bottom=0;right=0;align=left;spacingLeft=6;fontStyle=5;overflow=hidden;whiteSpace=wrap;html=1;" value="id" vertex="1">
          <mxGeometry height="30" width="150" x="30" as="geometry">
            <mxRectangle height="30" width="150" as="alternateBounds" />
          </mxGeometry>
        </mxCell>
        <mxCell id="i_1HDOGv9c4ZvqwnbZph-5" parent="i_1HDOGv9c4ZvqwnbZph-1" style="shape=tableRow;horizontal=0;startSize=0;swimlaneHead=0;swimlaneBody=0;fillColor=none;collapsible=0;dropTarget=0;points=[[0,0.5],[1,0.5]];portConstraint=eastwest;top=0;left=0;right=0;bottom=0;" value="" vertex="1">
          <mxGeometry height="30" width="180" y="60" as="geometry" />
        </mxCell>
        <mxCell id="i_1HDOGv9c4ZvqwnbZph-6" parent="i_1HDOGv9c4ZvqwnbZph-5" style="shape=partialRectangle;connectable=0;fillColor=none;top=0;left=0;bottom=0;right=0;editable=1;overflow=hidden;whiteSpace=wrap;html=1;" value="" vertex="1">
          <mxGeometry height="30" width="30" as="geometry">
            <mxRectangle height="30" width="30" as="alternateBounds" />
          </mxGeometry>
        </mxCell>
        <mxCell id="i_1HDOGv9c4ZvqwnbZph-7" parent="i_1HDOGv9c4ZvqwnbZph-5" style="shape=partialRectangle;connectable=0;fillColor=none;top=0;left=0;bottom=0;right=0;align=left;spacingLeft=6;overflow=hidden;whiteSpace=wrap;html=1;" value="flight_number" vertex="1">
          <mxGeometry height="30" width="150" x="30" as="geometry">
            <mxRectangle height="30" width="150" as="alternateBounds" />
          </mxGeometry>
        </mxCell>
        <mxCell id="i_1HDOGv9c4ZvqwnbZph-8" parent="i_1HDOGv9c4ZvqwnbZph-1" style="shape=tableRow;horizontal=0;startSize=0;swimlaneHead=0;swimlaneBody=0;fillColor=none;collapsible=0;dropTarget=0;points=[[0,0.5],[1,0.5]];portConstraint=eastwest;top=0;left=0;right=0;bottom=0;" value="" vertex="1">
          <mxGeometry height="30" width="180" y="90" as="geometry" />
        </mxCell>
        <mxCell id="i_1HDOGv9c4ZvqwnbZph-9" parent="i_1HDOGv9c4ZvqwnbZph-8" style="shape=partialRectangle;connectable=0;fillColor=none;top=0;left=0;bottom=0;right=0;editable=1;overflow=hidden;whiteSpace=wrap;html=1;" value="FK" vertex="1">
          <mxGeometry height="30" width="30" as="geometry">
            <mxRectangle height="30" width="30" as="alternateBounds" />
          </mxGeometry>
        </mxCell>
        <mxCell id="i_1HDOGv9c4ZvqwnbZph-10" parent="i_1HDOGv9c4ZvqwnbZph-8" style="shape=partialRectangle;connectable=0;fillColor=none;top=0;left=0;bottom=0;right=0;align=left;spacingLeft=6;overflow=hidden;whiteSpace=wrap;html=1;" value="airplane_id" vertex="1">
          <mxGeometry height="30" width="150" x="30" as="geometry">
            <mxRectangle height="30" width="150" as="alternateBounds" />
          </mxGeometry>
        </mxCell>
        <mxCell id="i_1HDOGv9c4ZvqwnbZph-11" parent="i_1HDOGv9c4ZvqwnbZph-1" style="shape=tableRow;horizontal=0;startSize=0;swimlaneHead=0;swimlaneBody=0;fillColor=none;collapsible=0;dropTarget=0;points=[[0,0.5],[1,0.5]];portConstraint=eastwest;top=0;left=0;right=0;bottom=0;" value="" vertex="1">
          <mxGeometry height="30" width="180" y="120" as="geometry" />
        </mxCell>
        <mxCell id="i_1HDOGv9c4ZvqwnbZph-12" parent="i_1HDOGv9c4ZvqwnbZph-11" style="shape=partialRectangle;connectable=0;fillColor=none;top=0;left=0;bottom=0;right=0;editable=1;overflow=hidden;whiteSpace=wrap;html=1;" value="FK" vertex="1">
          <mxGeometry height="30" width="30" as="geometry">
            <mxRectangle height="30" width="30" as="alternateBounds" />
          </mxGeometry>
        </mxCell>
        <mxCell id="i_1HDOGv9c4ZvqwnbZph-13" parent="i_1HDOGv9c4ZvqwnbZph-11" style="shape=partialRectangle;connectable=0;fillColor=none;top=0;left=0;bottom=0;right=0;align=left;spacingLeft=6;overflow=hidden;whiteSpace=wrap;html=1;" value="departure_airport_id" vertex="1">
          <mxGeometry height="30" width="150" x="30" as="geometry">
            <mxRectangle height="30" width="150" as="alternateBounds" />
          </mxGeometry>
        </mxCell>
        <mxCell id="i_1HDOGv9c4ZvqwnbZph-14" parent="i_1HDOGv9c4ZvqwnbZph-1" style="shape=tableRow;horizontal=0;startSize=0;swimlaneHead=0;swimlaneBody=0;fillColor=none;collapsible=0;dropTarget=0;points=[[0,0.5],[1,0.5]];portConstraint=eastwest;top=0;left=0;right=0;bottom=0;" value="" vertex="1">
          <mxGeometry height="30" width="180" y="150" as="geometry" />
        </mxCell>
        <mxCell id="i_1HDOGv9c4ZvqwnbZph-15" parent="i_1HDOGv9c4ZvqwnbZph-14" style="shape=partialRectangle;connectable=0;fillColor=none;top=0;left=0;bottom=0;right=0;editable=1;overflow=hidden;whiteSpace=wrap;html=1;" value="FK" vertex="1">
          <mxGeometry height="30" width="30" as="geometry">
            <mxRectangle height="30" width="30" as="alternateBounds" />
          </mxGeometry>
        </mxCell>
        <mxCell id="i_1HDOGv9c4ZvqwnbZph-16" parent="i_1HDOGv9c4ZvqwnbZph-14" style="shape=partialRectangle;connectable=0;fillColor=none;top=0;left=0;bottom=0;right=0;align=left;spacingLeft=6;overflow=hidden;whiteSpace=wrap;html=1;" value="arrival_airport_id" vertex="1">
          <mxGeometry height="30" width="150" x="30" as="geometry">
            <mxRectangle height="30" width="150" as="alternateBounds" />
          </mxGeometry>
        </mxCell>
        <mxCell id="i_1HDOGv9c4ZvqwnbZph-17" parent="i_1HDOGv9c4ZvqwnbZph-1" style="shape=tableRow;horizontal=0;startSize=0;swimlaneHead=0;swimlaneBody=0;fillColor=none;collapsible=0;dropTarget=0;points=[[0,0.5],[1,0.5]];portConstraint=eastwest;top=0;left=0;right=0;bottom=0;" value="" vertex="1">
          <mxGeometry height="30" width="180" y="180" as="geometry" />
        </mxCell>
        <mxCell id="i_1HDOGv9c4ZvqwnbZph-18" parent="i_1HDOGv9c4ZvqwnbZph-17" style="shape=partialRectangle;connectable=0;fillColor=none;top=0;left=0;bottom=0;right=0;editable=1;overflow=hidden;whiteSpace=wrap;html=1;" value="" vertex="1">
          <mxGeometry height="30" width="30" as="geometry">
            <mxRectangle height="30" width="30" as="alternateBounds" />
          </mxGeometry>
        </mxCell>
        <mxCell id="i_1HDOGv9c4ZvqwnbZph-19" parent="i_1HDOGv9c4ZvqwnbZph-17" style="shape=partialRectangle;connectable=0;fillColor=none;top=0;left=0;bottom=0;right=0;align=left;spacingLeft=6;overflow=hidden;whiteSpace=wrap;html=1;" value="departure_time" vertex="1">
          <mxGeometry height="30" width="150" x="30" as="geometry">
            <mxRectangle height="30" width="150" as="alternateBounds" />
          </mxGeometry>
        </mxCell>
        <mxCell id="i_1HDOGv9c4ZvqwnbZph-20" parent="i_1HDOGv9c4ZvqwnbZph-1" style="shape=tableRow;horizontal=0;startSize=0;swimlaneHead=0;swimlaneBody=0;fillColor=none;collapsible=0;dropTarget=0;points=[[0,0.5],[1,0.5]];portConstraint=eastwest;top=0;left=0;right=0;bottom=0;" value="" vertex="1">
          <mxGeometry height="30" width="180" y="210" as="geometry" />
        </mxCell>
        <mxCell id="i_1HDOGv9c4ZvqwnbZph-21" parent="i_1HDOGv9c4ZvqwnbZph-20" style="shape=partialRectangle;connectable=0;fillColor=none;top=0;left=0;bottom=0;right=0;editable=1;overflow=hidden;whiteSpace=wrap;html=1;" value="" vertex="1">
          <mxGeometry height="30" width="30" as="geometry">
            <mxRectangle height="30" width="30" as="alternateBounds" />
          </mxGeometry>
        </mxCell>
        <mxCell id="i_1HDOGv9c4ZvqwnbZph-22" parent="i_1HDOGv9c4ZvqwnbZph-20" style="shape=partialRectangle;connectable=0;fillColor=none;top=0;left=0;bottom=0;right=0;align=left;spacingLeft=6;overflow=hidden;whiteSpace=wrap;html=1;" value="arrival_time" vertex="1">
          <mxGeometry height="30" width="150" x="30" as="geometry">
            <mxRectangle height="30" width="150" as="alternateBounds" />
          </mxGeometry>
        </mxCell>
        <mxCell id="i_1HDOGv9c4ZvqwnbZph-23" parent="i_1HDOGv9c4ZvqwnbZph-1" style="shape=tableRow;horizontal=0;startSize=0;swimlaneHead=0;swimlaneBody=0;fillColor=none;collapsible=0;dropTarget=0;points=[[0,0.5],[1,0.5]];portConstraint=eastwest;top=0;left=0;right=0;bottom=0;" value="" vertex="1">
          <mxGeometry height="30" width="180" y="240" as="geometry" />
        </mxCell>
        <mxCell id="i_1HDOGv9c4ZvqwnbZph-24" parent="i_1HDOGv9c4ZvqwnbZph-23" style="shape=partialRectangle;connectable=0;fillColor=none;top=0;left=0;bottom=0;right=0;editable=1;overflow=hidden;whiteSpace=wrap;html=1;" value="" vertex="1">
          <mxGeometry height="30" width="30" as="geometry">
            <mxRectangle height="30" width="30" as="alternateBounds" />
          </mxGeometry>
        </mxCell>
        <mxCell id="i_1HDOGv9c4ZvqwnbZph-25" parent="i_1HDOGv9c4ZvqwnbZph-23" style="shape=partialRectangle;connectable=0;fillColor=none;top=0;left=0;bottom=0;right=0;align=left;spacingLeft=6;overflow=hidden;whiteSpace=wrap;html=1;" value="status" vertex="1">
          <mxGeometry height="30" width="150" x="30" as="geometry">
            <mxRectangle height="30" width="150" as="alternateBounds" />
          </mxGeometry>
        </mxCell>
-         <mxCell id="i_1HDOGv9c4ZvqwnbZph-28" parent="A60KOyUuAI4OGnVrEaiM-1" style="shape=table;startSize=30;container=1;collapsible=1;childLayout=tableLayout;fixedRows=1;rowLines=0;fontStyle=1;align=center;resizeLast=1;html=1;" value="reservation_segments" vertex="1">
+         <mxCell id="i_1HDOGv9c4ZvqwnbZph-28" parent="A60KOyUuAI4OGnVrEaiM-1" style="shape=table;startSize=30;container=1;collapsible=1;childLayout=tableLayout;fixedRows=1;rowLines=0;fontStyle=1;align=center;resizeLast=1;html=1;" value="tickets" vertex="1">
          <mxGeometry height="180" width="180" x="-1310" y="400" as="geometry" />
        </mxCell>
        <mxCell id="i_1HDOGv9c4ZvqwnbZph-29" parent="i_1HDOGv9c4ZvqwnbZph-28" style="shape=tableRow;horizontal=0;startSize=0;swimlaneHead=0;swimlaneBody=0;fillColor=none;collapsible=0;dropTarget=0;points=[[0,0.5],[1,0.5]];portConstraint=eastwest;top=0;left=0;right=0;bottom=1;" value="" vertex="1">
          <mxGeometry height="30" width="180" y="30" as="geometry" />
        </mxCell>
        <mxCell id="i_1HDOGv9c4ZvqwnbZph-30" parent="i_1HDOGv9c4ZvqwnbZph-29" style="shape=partialRectangle;connectable=0;fillColor=none;top=0;left=0;bottom=0;right=0;fontStyle=1;overflow=hidden;whiteSpace=wrap;html=1;" value="PK" vertex="1">
          <mxGeometry height="30" width="30" as="geometry">
            <mxRectangle height="30" width="30" as="alternateBounds" />
          </mxGeometry>
        </mxCell>
        <mxCell id="i_1HDOGv9c4ZvqwnbZph-31" parent="i_1HDOGv9c4ZvqwnbZph-29" style="shape=partialRectangle;connectable=0;fillColor=none;top=0;left=0;bottom=0;right=0;align=left;spacingLeft=6;fontStyle=5;overflow=hidden;whiteSpace=wrap;html=1;" value="id" vertex="1">
          <mxGeometry height="30" width="150" x="30" as="geometry">
            <mxRectangle height="30" width="150" as="alternateBounds" />
          </mxGeometry>
        </mxCell>
        <mxCell id="i_1HDOGv9c4ZvqwnbZph-32" parent="i_1HDOGv9c4ZvqwnbZph-28" style="shape=tableRow;horizontal=0;startSize=0;swimlaneHead=0;swimlaneBody=0;fillColor=none;collapsible=0;dropTarget=0;points=[[0,0.5],[1,0.5]];portConstraint=eastwest;top=0;left=0;right=0;bottom=0;" value="" vertex="1">
          <mxGeometry height="30" width="180" y="60" as="geometry" />
        </mxCell>
        <mxCell id="i_1HDOGv9c4ZvqwnbZph-33" parent="i_1HDOGv9c4ZvqwnbZph-32" style="shape=partialRectangle;connectable=0;fillColor=none;top=0;left=0;bottom=0;right=0;editable=1;overflow=hidden;whiteSpace=wrap;html=1;" value="FK" vertex="1">
          <mxGeometry height="30" width="30" as="geometry">
            <mxRectangle height="30" width="30" as="alternateBounds" />
          </mxGeometry>
        </mxCell>
        <mxCell id="i_1HDOGv9c4ZvqwnbZph-34" parent="i_1HDOGv9c4ZvqwnbZph-32" style="shape=partialRectangle;connectable=0;fillColor=none;top=0;left=0;bottom=0;right=0;align=left;spacingLeft=6;overflow=hidden;whiteSpace=wrap;html=1;" value="reservation_id" vertex="1">
          <mxGeometry height="30" width="150" x="30" as="geometry">
            <mxRectangle height="30" width="150" as="alternateBounds" />
          </mxGeometry>
        </mxCell>
        <mxCell id="i_1HDOGv9c4ZvqwnbZph-35" parent="i_1HDOGv9c4ZvqwnbZph-28" style="shape=tableRow;horizontal=0;startSize=0;swimlaneHead=0;swimlaneBody=0;fillColor=none;collapsible=0;dropTarget=0;points=[[0,0.5],[1,0.5]];portConstraint=eastwest;top=0;left=0;right=0;bottom=0;" value="" vertex="1">
          <mxGeometry height="30" width="180" y="90" as="geometry" />
        </mxCell>
        <mxCell id="i_1HDOGv9c4ZvqwnbZph-36" parent="i_1HDOGv9c4ZvqwnbZph-35" style="shape=partialRectangle;connectable=0;fillColor=none;top=0;left=0;bottom=0;right=0;editable=1;overflow=hidden;whiteSpace=wrap;html=1;" value="FK" vertex="1">
          <mxGeometry height="30" width="30" as="geometry">
            <mxRectangle height="30" width="30" as="alternateBounds" />
          </mxGeometry>
        </mxCell>
        <mxCell id="i_1HDOGv9c4ZvqwnbZph-37" parent="i_1HDOGv9c4ZvqwnbZph-35" style="shape=partialRectangle;connectable=0;fillColor=none;top=0;left=0;bottom=0;right=0;align=left;spacingLeft=6;overflow=hidden;whiteSpace=wrap;html=1;" value="flight_id" vertex="1">
          <mxGeometry height="30" width="150" x="30" as="geometry">
            <mxRectangle height="30" width="150" as="alternateBounds" />
          </mxGeometry>
        </mxCell>
        <mxCell id="i_1HDOGv9c4ZvqwnbZph-39" parent="i_1HDOGv9c4ZvqwnbZph-28" style="shape=tableRow;horizontal=0;startSize=0;swimlaneHead=0;swimlaneBody=0;fillColor=none;collapsible=0;dropTarget=0;points=[[0,0.5],[1,0.5]];portConstraint=eastwest;top=0;left=0;right=0;bottom=0;" value="" vertex="1">
          <mxGeometry height="30" width="180" y="120" as="geometry" />
        </mxCell>
        <mxCell id="i_1HDOGv9c4ZvqwnbZph-40" parent="i_1HDOGv9c4ZvqwnbZph-39" style="shape=partialRectangle;connectable=0;fillColor=none;top=0;left=0;bottom=0;right=0;editable=1;overflow=hidden;whiteSpace=wrap;html=1;" value="" vertex="1">
          <mxGeometry height="30" width="30" as="geometry">
            <mxRectangle height="30" width="30" as="alternateBounds" />
          </mxGeometry>
        </mxCell>
        <mxCell id="i_1HDOGv9c4ZvqwnbZph-41" parent="i_1HDOGv9c4ZvqwnbZph-39" style="shape=partialRectangle;connectable=0;fillColor=none;top=0;left=0;bottom=0;right=0;align=left;spacingLeft=6;overflow=hidden;whiteSpace=wrap;html=1;" value="seat_number" vertex="1">
          <mxGeometry height="30" width="150" x="30" as="geometry">
            <mxRectangle height="30" width="150" as="alternateBounds" />
          </mxGeometry>
        </mxCell>
        <mxCell id="i_1HDOGv9c4ZvqwnbZph-55" parent="i_1HDOGv9c4ZvqwnbZph-28" style="shape=tableRow;horizontal=0;startSize=0;swimlaneHead=0;swimlaneBody=0;fillColor=none;collapsible=0;dropTarget=0;points=[[0,0.5],[1,0.5]];portConstraint=eastwest;top=0;left=0;right=0;bottom=0;" value="" vertex="1">
          <mxGeometry height="30" width="180" y="150" as="geometry" />
        </mxCell>
        <mxCell id="i_1HDOGv9c4ZvqwnbZph-56" parent="i_1HDOGv9c4ZvqwnbZph-55" style="shape=partialRectangle;connectable=0;fillColor=none;top=0;left=0;bottom=0;right=0;editable=1;overflow=hidden;whiteSpace=wrap;html=1;" value="" vertex="1">
          <mxGeometry height="30" width="30" as="geometry">
            <mxRectangle height="30" width="30" as="alternateBounds" />
          </mxGeometry>
        </mxCell>
        <mxCell id="i_1HDOGv9c4ZvqwnbZph-57" parent="i_1HDOGv9c4ZvqwnbZph-55" style="shape=partialRectangle;connectable=0;fillColor=none;top=0;left=0;bottom=0;right=0;align=left;spacingLeft=6;overflow=hidden;whiteSpace=wrap;html=1;" value="segment_order" vertex="1">
          <mxGeometry height="30" width="150" x="30" as="geometry">
            <mxRectangle height="30" width="150" as="alternateBounds" />
          </mxGeometry>
        </mxCell>
        <mxCell id="i_1HDOGv9c4ZvqwnbZph-38" edge="1" parent="A60KOyUuAI4OGnVrEaiM-1" source="A60KOyUuAI4OGnVrEaiM-168" style="edgeStyle=orthogonalEdgeStyle;rounded=0;orthogonalLoop=1;jettySize=auto;html=1;exitX=0;exitY=0.5;exitDx=0;exitDy=0;entryX=1;entryY=0.5;entryDx=0;entryDy=0;endArrow=ERoneToMany;endFill=0;horizontal=0;" target="i_1HDOGv9c4ZvqwnbZph-32" value="contains">
          <mxGeometry relative="1" as="geometry" />
        </mxCell>
        <mxCell id="i_1HDOGv9c4ZvqwnbZph-58" edge="1" parent="A60KOyUuAI4OGnVrEaiM-1" source="i_1HDOGv9c4ZvqwnbZph-2" style="edgeStyle=orthogonalEdgeStyle;rounded=0;orthogonalLoop=1;jettySize=auto;html=1;exitX=1;exitY=0.5;exitDx=0;exitDy=0;entryX=0;entryY=0.5;entryDx=0;entryDy=0;endArrow=ERoneToMany;endFill=0;" target="i_1HDOGv9c4ZvqwnbZph-35">
          <mxGeometry relative="1" as="geometry" />
        </mxCell>
        <mxCell id="i_1HDOGv9c4ZvqwnbZph-59" connectable="0" parent="i_1HDOGv9c4ZvqwnbZph-58" style="edgeLabel;html=1;align=center;verticalAlign=middle;resizable=0;points=[];rotation=-90;" value="booked_on" vertex="1">
          <mxGeometry relative="1" x="0.1286" y="-2" as="geometry">
            <mxPoint x="2" y="-9" as="offset" />
          </mxGeometry>
        </mxCell>
        <mxCell id="A60KOyUuAI4OGnVrEaiM-277" parent="1" style="text;html=1;whiteSpace=wrap;strokeColor=none;fillColor=none;align=center;verticalAlign=middle;rounded=0;fontSize=18;" value="flight-reservation-system Database ER Diagram v2" vertex="1">
          <mxGeometry height="30" width="415" x="-1448" y="20" as="geometry" />
        </mxCell>
      </root>
    </mxGraphModel>
  </diagram>
</mxfile>
